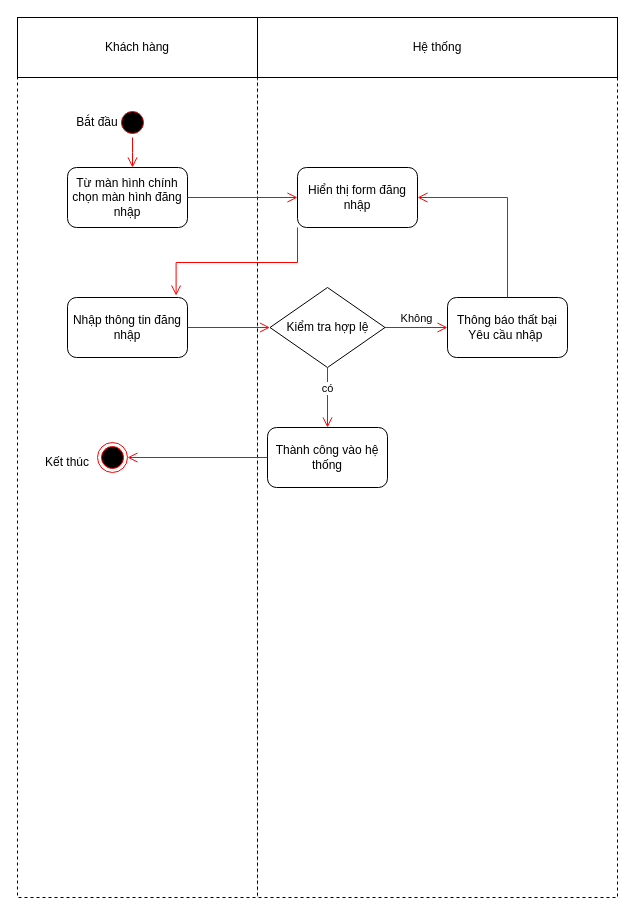
The draw.io diagram page "Page-1" (1 of 2) of Activity_Diagram_NGOANHTHANTHIE_2785.drawio in NgoAnhThanThien/thanthien123, before the edit. Source tidied: cells renumbered, new cells numbered last; positions are measured from the earlier drawing's top-left corner, leaving out a move shared by most shapes. Both pictures are drawn from the tidied source at 100%, with x=0, y=0 at pixel (17, 17).
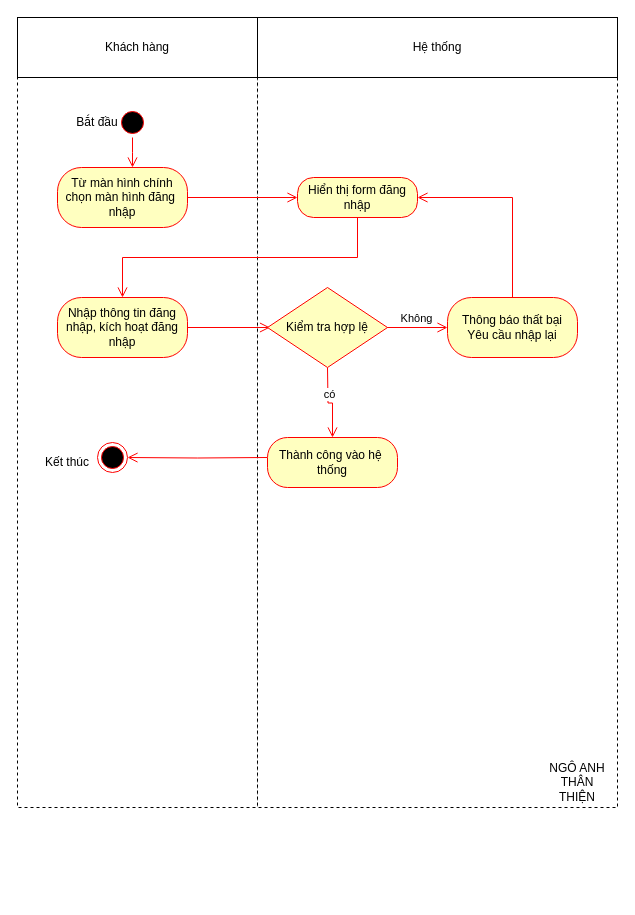
Above is the later version.

Unchanged cells that the change refers to:
```xml
<mxCell id="21" value="K" style="ellipse;html=1;shape=endState;fillColor=#000000;strokeColor=#ff0000;" parent="1" vertex="1">
  <mxGeometry x="80" y="425" width="30" height="30" as="geometry" />
</mxCell>
```

What changed in the source:
```diff
@@
     <mxCell id="2" style="rounded=0;whiteSpace=wrap;html=1;dashed=1;" parent="1" vertex="1">
-      <mxGeometry y="60" width="240" height="820" as="geometry" />
+      <mxGeometry y="60" width="240" height="730" as="geometry" />
     </mxCell>
     <mxCell id="3" style="rounded=0;whiteSpace=wrap;html=1;dashed=1;" parent="1" vertex="1">
-      <mxGeometry x="240" y="60" width="360" height="820" as="geometry" />
+      <mxGeometry x="240" y="60" width="360" height="730" as="geometry" />
     </mxCell>
@@
-    <mxCell id="6" value="Từ màn hình chính chọn màn hình đăng nhập" style="rounded=1;whiteSpace=wrap;html=1;" parent="1" vertex="1">
-      <mxGeometry x="50" y="150" width="120" height="60" as="geometry" />
-    </mxCell>
@@
-    <mxCell id="8" style="edgeStyle=orthogonalEdgeStyle;html=1;verticalAlign=bottom;endArrow=open;endSize=8;strokeColor=#ff0000;rounded=0;exitX=1;exitY=0.5;exitDx=0;exitDy=0;entryX=0;entryY=0.5;entryDx=0;entryDy=0;" parent="1" edge="1" source="6" target="9">
-      <mxGeometry relative="1" as="geometry" />
+    <mxCell id="8" style="edgeStyle=orthogonalEdgeStyle;html=1;verticalAlign=bottom;endArrow=open;endSize=8;strokeColor=#ff0000;rounded=0;exitX=1;exitY=0.5;exitDx=0;exitDy=0;entryX=0;entryY=0.5;entryDx=0;entryDy=0;" parent="1" edge="1">
+      <mxGeometry relative="1" as="geometry">
+        <mxPoint x="170" y="180" as="sourcePoint" />
+        <mxPoint x="280" y="180" as="targetPoint" />
+      </mxGeometry>
     </mxCell>
-    <mxCell id="9" value="Hiển thị form đăng nhập" style="rounded=1;whiteSpace=wrap;html=1;" parent="1" vertex="1">
-      <mxGeometry x="280" y="150" width="120" height="60" as="geometry" />
-    </mxCell>
@@
-    <mxCell id="12" value="Nhập thông tin đăng nhập" style="rounded=1;whiteSpace=wrap;html=1;" parent="1" vertex="1">
-      <mxGeometry x="50" y="280" width="120" height="60" as="geometry" />
-    </mxCell>
-    <mxCell id="13" style="edgeStyle=orthogonalEdgeStyle;html=1;verticalAlign=bottom;endArrow=open;endSize=8;strokeColor=#ff0000;rounded=0;exitX=0;exitY=1;exitDx=0;exitDy=0;entryX=0.905;entryY=-0.032;entryDx=0;entryDy=0;entryPerimeter=0;" parent="1" edge="1" source="9" target="12">
+    <mxCell id="13" style="edgeStyle=orthogonalEdgeStyle;html=1;verticalAlign=bottom;endArrow=open;endSize=8;strokeColor=#ff0000;rounded=0;exitX=0.5;exitY=1;exitDx=0;exitDy=0;entryX=0.5;entryY=0;entryDx=0;entryDy=0;" parent="1" edge="1" source="9" target="24">
       <mxGeometry relative="1" as="geometry" />
     </mxCell>
-    <mxCell id="14" value="Kiểm tra hợp lệ" style="rhombus;whiteSpace=wrap;html=1;" parent="1" vertex="1">
-      <mxGeometry x="252.5" y="270" width="115" height="80" as="geometry" />
-    </mxCell>
-    <mxCell id="15" value="Thông báo thất bại&lt;br&gt;Yêu cầu nhập&amp;nbsp;" style="rounded=1;whiteSpace=wrap;html=1;" parent="1" vertex="1">
-      <mxGeometry x="430" y="280" width="120" height="60" as="geometry" />
-    </mxCell>
-    <mxCell id="16" style="edgeStyle=orthogonalEdgeStyle;html=1;verticalAlign=bottom;endArrow=open;endSize=8;strokeColor=#ff0000;rounded=0;exitX=0.5;exitY=0;exitDx=0;exitDy=0;entryX=1;entryY=0.5;entryDx=0;entryDy=0;" parent="1" edge="1" source="15" target="9">
+    <mxCell id="16" style="edgeStyle=orthogonalEdgeStyle;html=1;verticalAlign=bottom;endArrow=open;endSize=8;strokeColor=#ff0000;rounded=0;exitX=0.5;exitY=0;exitDx=0;exitDy=0;entryX=1;entryY=0.5;entryDx=0;entryDy=0;" parent="1" edge="1" source="26" target="9">
       <mxGeometry relative="1" as="geometry" />
     </mxCell>
-    <mxCell id="17" value="Không" style="edgeStyle=orthogonalEdgeStyle;html=1;verticalAlign=bottom;endArrow=open;endSize=8;strokeColor=#ff0000;rounded=0;exitX=1;exitY=0.5;exitDx=0;exitDy=0;entryX=0;entryY=0.5;entryDx=0;entryDy=0;" parent="1" edge="1" source="14" target="15">
-      <mxGeometry relative="1" as="geometry" />
-    </mxCell>
-    <mxCell id="18" style="edgeStyle=orthogonalEdgeStyle;html=1;verticalAlign=bottom;endArrow=open;endSize=8;strokeColor=#ff0000;rounded=0;exitX=1;exitY=0.5;exitDx=0;exitDy=0;entryX=0;entryY=0.5;entryDx=0;entryDy=0;" parent="1" edge="1" source="12" target="14">
-      <mxGeometry relative="1" as="geometry" />
-    </mxCell>
-    <mxCell id="19" value="có" style="edgeStyle=orthogonalEdgeStyle;html=1;verticalAlign=bottom;endArrow=open;endSize=8;strokeColor=#ff0000;rounded=0;exitX=0.5;exitY=1;exitDx=0;exitDy=0;entryX=0.5;entryY=0;entryDx=0;entryDy=0;" parent="1" edge="1" source="14" target="20">
-      <mxGeometry relative="1" as="geometry" />
-    </mxCell>
-    <mxCell id="20" value="Thành công vào hệ thống" style="rounded=1;whiteSpace=wrap;html=1;" parent="1" vertex="1">
-      <mxGeometry x="250" y="410" width="120" height="60" as="geometry" />
-    </mxCell>
@@
-    <mxCell id="22" style="edgeStyle=orthogonalEdgeStyle;html=1;verticalAlign=bottom;endArrow=open;endSize=8;strokeColor=#ff0000;rounded=0;entryX=1;entryY=0.5;entryDx=0;entryDy=0;exitX=0;exitY=0.5;exitDx=0;exitDy=0;" parent="1" edge="1" source="20" target="21">
-      <mxGeometry relative="1" as="geometry" />
+    <mxCell id="22" style="edgeStyle=orthogonalEdgeStyle;html=1;verticalAlign=bottom;endArrow=open;endSize=8;strokeColor=#ff0000;rounded=0;entryX=1;entryY=0.5;entryDx=0;entryDy=0;exitX=0;exitY=0.5;exitDx=0;exitDy=0;" parent="1" edge="1" target="21">
+      <mxGeometry relative="1" as="geometry">
+        <mxPoint x="250" y="440" as="sourcePoint" />
+      </mxGeometry>
     </mxCell>
@@
+    <mxCell id="6" value="Từ màn hình chính chọn màn hình đăng&amp;nbsp;&lt;div&gt;nhập&lt;/div&gt;" style="rounded=1;whiteSpace=wrap;html=1;arcSize=40;fontColor=#000000;fillColor=#ffffc0;strokeColor=#ff0000;" parent="1" vertex="1">
+      <mxGeometry x="40" y="150" width="130" height="60" as="geometry" />
+    </mxCell>
+    <mxCell id="9" value="Hiển thị form đăng nhập" style="rounded=1;whiteSpace=wrap;html=1;arcSize=40;fontColor=#000000;fillColor=#ffffc0;strokeColor=#ff0000;" parent="1" vertex="1">
+      <mxGeometry x="280" y="160" width="120" height="40" as="geometry" />
+    </mxCell>
+    <mxCell id="24" value="Nhập thông tin đăng nhập, kích hoạt đăng nhập" style="rounded=1;whiteSpace=wrap;html=1;arcSize=40;fontColor=#000000;fillColor=#ffffc0;strokeColor=#ff0000;" parent="1" vertex="1">
+      <mxGeometry x="40" y="280" width="130" height="60" as="geometry" />
+    </mxCell>
+    <mxCell id="17" value="Không" style="edgeStyle=orthogonalEdgeStyle;html=1;verticalAlign=bottom;endArrow=open;endSize=8;strokeColor=#ff0000;rounded=0;exitX=1;exitY=0.5;exitDx=0;exitDy=0;entryX=0;entryY=0.5;entryDx=0;entryDy=0;" parent="1" edge="1">
+      <mxGeometry relative="1" as="geometry">
+        <mxPoint x="367.5" y="310" as="sourcePoint" />
+        <mxPoint x="430" y="310" as="targetPoint" />
+      </mxGeometry>
+    </mxCell>
+    <mxCell id="25" style="edgeStyle=orthogonalEdgeStyle;html=1;verticalAlign=bottom;endArrow=open;endSize=8;strokeColor=#ff0000;rounded=0;exitX=1;exitY=0.5;exitDx=0;exitDy=0;entryX=0;entryY=0.5;entryDx=0;entryDy=0;" parent="1" edge="1">
+      <mxGeometry relative="1" as="geometry">
+        <mxPoint x="170" y="310" as="sourcePoint" />
+        <mxPoint x="252.5" y="310" as="targetPoint" />
+      </mxGeometry>
+    </mxCell>
+    <mxCell id="19" value="có" style="edgeStyle=orthogonalEdgeStyle;html=1;verticalAlign=bottom;endArrow=open;endSize=8;strokeColor=#ff0000;rounded=0;exitX=0.5;exitY=1;exitDx=0;exitDy=0;entryX=0.5;entryY=0;entryDx=0;entryDy=0;" parent="1" edge="1" target="20">
+      <mxGeometry relative="1" as="geometry">
+        <mxPoint x="310" y="350" as="sourcePoint" />
+      </mxGeometry>
+    </mxCell>
+    <mxCell id="14" value="Kiểm tra hợp lệ" style="rhombus;whiteSpace=wrap;html=1;fontColor=#000000;fillColor=#ffffc0;strokeColor=#ff0000;" parent="1" vertex="1">
+      <mxGeometry x="250" y="270" width="120" height="80" as="geometry" />
+    </mxCell>
+    <mxCell id="26" value="Thông báo thất bại&lt;br&gt;Yêu cầu nhập lại" style="rounded=1;whiteSpace=wrap;html=1;arcSize=40;fontColor=#000000;fillColor=#ffffc0;strokeColor=#ff0000;" parent="1" vertex="1">
+      <mxGeometry x="430" y="280" width="130" height="60" as="geometry" />
+    </mxCell>
+    <mxCell id="20" value="Thành công vào hệ&amp;nbsp;&lt;div&gt;thống&lt;/div&gt;" style="rounded=1;whiteSpace=wrap;html=1;arcSize=40;fontColor=#000000;fillColor=#ffffc0;strokeColor=#ff0000;" parent="1" vertex="1">
+      <mxGeometry x="250" y="420" width="130" height="50" as="geometry" />
+    </mxCell>
+    <mxCell id="27" value="NGÔ ANH THÂN THIỆN" style="text;html=1;align=center;verticalAlign=middle;whiteSpace=wrap;rounded=0;" parent="1" vertex="1">
+      <mxGeometry x="530" y="750" width="60" height="30" as="geometry" />
+    </mxCell>
```
